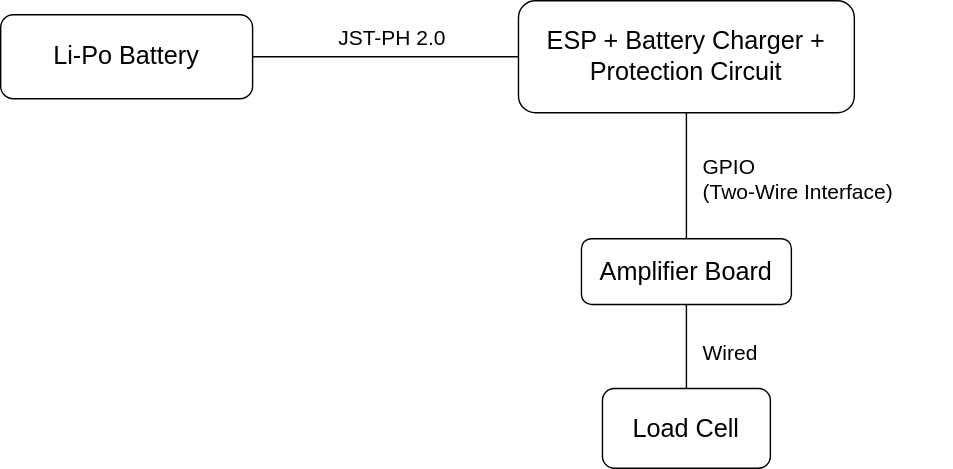
The draw.io diagram SailTrack Strain/block-diagram.svg in metisvela/sailtrack, before a commit. Source tidied: cells renumbered, new cells last; positions are measured from the earlier drawing's top-left corner, leaving out a move shared by most shapes.
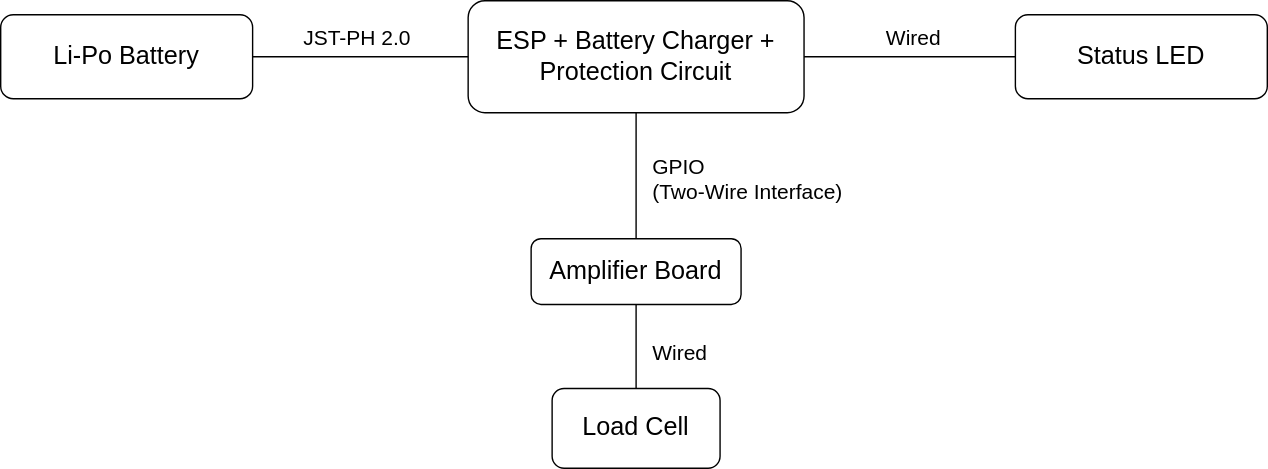
Above is the later version.

What changed in the source:
```diff
@@ -2,11 +2,19 @@
   <root>
     <mxCell id="0" />
     <mxCell id="1" parent="0" />
+    <mxCell id="12" style="edgeStyle=orthogonalEdgeStyle;rounded=0;jettySize=auto;html=1;exitX=1;exitY=0.5;exitDx=0;exitDy=0;entryX=0;entryY=0.5;entryDx=0;entryDy=0;endArrow=none;endFill=0;" parent="1" edge="1" source="2" target="15">
+      <mxGeometry relative="1" as="geometry" />
+    </mxCell>
+    <mxCell id="13" value="&lt;font style=&quot;font-size: 15px&quot;&gt;Wired&lt;/font&gt;" style="edgeLabel;html=1;align=center;verticalAlign=bottom;fontSize=12;" parent="12" vertex="1">
+      <mxGeometry x="0.02" relative="1" as="geometry">
+        <mxPoint x="1" y="-3" as="offset" />
+      </mxGeometry>
+    </mxCell>
     <mxCell id="2" value="&lt;font style=&quot;font-size: 18px&quot;&gt;ESP + Battery Charger + Protection Circuit&lt;/font&gt;" style="rounded=1;whiteSpace=wrap;html=1;" parent="1" vertex="1">
       <mxGeometry x="370" width="240" height="80" as="geometry" />
     </mxCell>
     <mxCell id="3" value="&lt;font style=&quot;font-size: 18px&quot;&gt;Li-Po Battery&lt;/font&gt;" style="rounded=1;whiteSpace=wrap;html=1;" parent="1" vertex="1">
-      <mxGeometry y="10" width="180" height="60" as="geometry" />
+      <mxGeometry x="36" y="10" width="180" height="60" as="geometry" />
     </mxCell>
     <mxCell id="4" value="&lt;font style=&quot;font-size: 18px&quot;&gt;Amplifier Board&lt;br&gt;&lt;/font&gt;" style="rounded=1;whiteSpace=wrap;html=1;" parent="1" vertex="1">
       <mxGeometry x="415" y="170" width="150" height="47" as="geometry" />
@@ -30,7 +38,13 @@
       <mxGeometry x="500" y="117" width="180" height="20" as="geometry" />
     </mxCell>
     <mxCell id="11" value="&lt;font style=&quot;font-size: 15px&quot;&gt;JST-PH 2.0&lt;br&gt;&lt;/font&gt;" style="text;html=1;strokeColor=none;fillColor=none;align=center;verticalAlign=middle;whiteSpace=wrap;rounded=0;" parent="1" vertex="1">
-      <mxGeometry x="230" y="17" width="100" height="17" as="geometry" />
+      <mxGeometry x="241" y="17" width="100" height="17" as="geometry" />
     </mxCell>
+    <mxCell id="14" style="edgeStyle=orthogonalEdgeStyle;rounded=0;orthogonalLoop=1;jettySize=auto;html=1;exitX=0.5;exitY=1;exitDx=0;exitDy=0;" parent="1" edge="1" source="11" target="11">
+      <mxGeometry relative="1" as="geometry" />
+    </mxCell>
+    <mxCell id="15" value="&lt;font style=&quot;font-size: 18px&quot;&gt;Status LED&lt;/font&gt;" style="rounded=1;whiteSpace=wrap;html=1;" parent="1" vertex="1">
+      <mxGeometry x="761" y="10" width="180" height="60" as="geometry" />
+    </mxCell>
   </root>
 </mxGraphModel>
```
